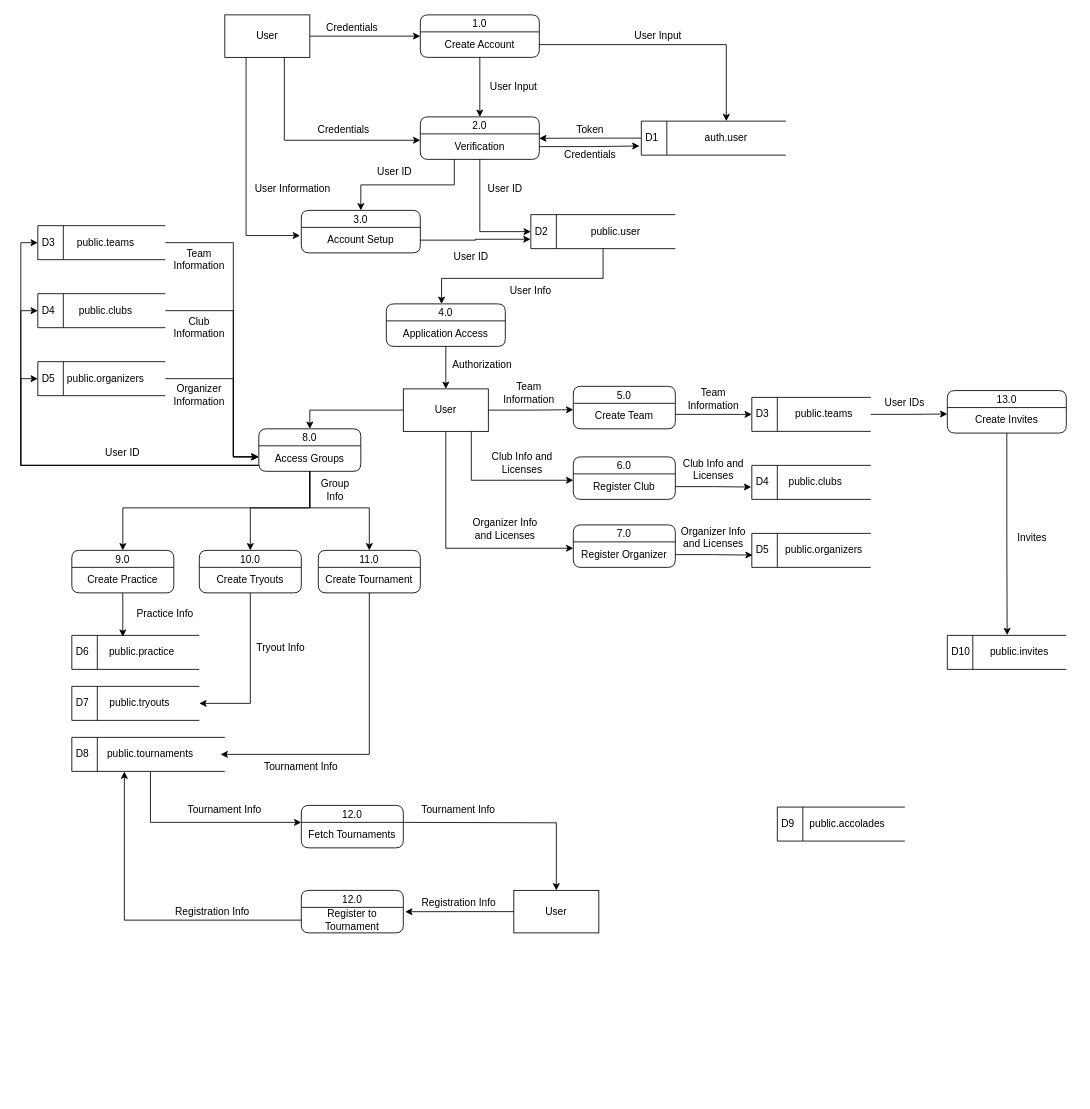
Before: Atletik-DFD.drawio in ElliotJcbH/AtletikFlowcharts, a draw.io diagram. Source tidied: cells renumbered, new cells numbered last; positions are measured from the earlier drawing's top-left corner, leaving out a move shared by most shapes. Both pictures are drawn from the tidied source at 85%, with x=0, y=0 at pixel (20, 14).
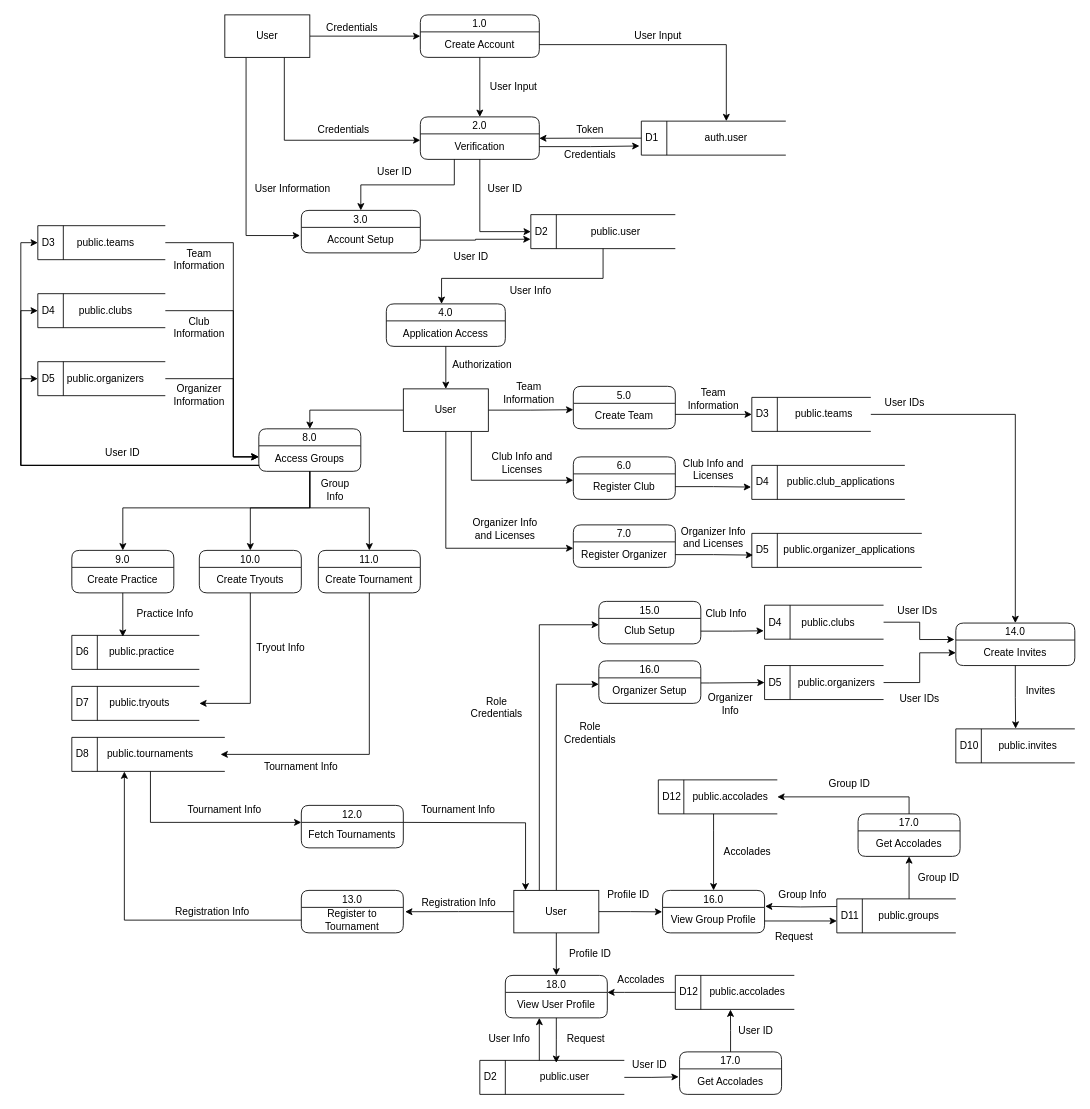
After the change.

Unchanged cells that the change refers to:
```xml
<mxCell id="55" value="public.teams" style="text;html=1;align=center;verticalAlign=middle;whiteSpace=wrap;rounded=0;" parent="1" vertex="1">
  <mxGeometry x="890" y="450" width="110" height="40" as="geometry" />
</mxCell>
<mxCell id="107" value="User" style="html=1;dashed=0;whiteSpace=wrap;" parent="1" vertex="1">
  <mxGeometry x="580" y="1030" width="100" height="50" as="geometry" />
</mxCell>
<mxCell id="125" value="Create Invites" style="text;html=1;align=center;verticalAlign=middle;whiteSpace=wrap;rounded=0;" parent="124" vertex="1">
  <mxGeometry y="20" width="140" height="30" as="geometry" />
</mxCell>
```

The edit, as a diff of the source:
```diff
@@
-    <mxCell id="54" style="edgeStyle=orthogonalEdgeStyle;rounded=0;jettySize=auto;html=1;entryX=0;entryY=0.25;entryDx=0;entryDy=0;" parent="1" edge="1" source="55" target="125">
+    <mxCell id="54" style="edgeStyle=orthogonalEdgeStyle;rounded=0;jettySize=auto;html=1;entryX=0.5;entryY=0;entryDx=0;entryDy=0;" parent="1" edge="1" source="55" target="124">
       <mxGeometry relative="1" as="geometry" />
     </mxCell>
@@
     <mxCell id="57" value="D4" style="html=1;dashed=0;whiteSpace=wrap;shape=mxgraph.dfd.dataStoreID;align=left;spacingLeft=3;points=[[0,0],[0.5,0],[1,0],[0,0.5],[1,0.5],[0,1],[0.5,1],[1,1]];" parent="1" vertex="1">
-      <mxGeometry x="860" y="530" width="140" height="40" as="geometry" />
+      <mxGeometry x="860" y="530" width="180" height="40" as="geometry" />
     </mxCell>
-    <mxCell id="58" value="public.clubs" style="text;html=1;align=center;verticalAlign=middle;whiteSpace=wrap;rounded=0;" parent="1" vertex="1">
-      <mxGeometry x="890" y="530" width="90" height="40" as="geometry" />
+    <mxCell id="58" value="public.club_applications" style="text;html=1;align=center;verticalAlign=middle;whiteSpace=wrap;rounded=0;" parent="1" vertex="1">
+      <mxGeometry x="890" y="530" width="150" height="40" as="geometry" />
     </mxCell>
@@
     <mxCell id="60" value="D5" style="html=1;dashed=0;whiteSpace=wrap;shape=mxgraph.dfd.dataStoreID;align=left;spacingLeft=3;points=[[0,0],[0.5,0],[1,0],[0,0.5],[1,0.5],[0,1],[0.5,1],[1,1]];" parent="1" vertex="1">
-      <mxGeometry x="860" y="610" width="140" height="40" as="geometry" />
+      <mxGeometry x="860" y="610" width="200" height="40" as="geometry" />
     </mxCell>
-    <mxCell id="61" value="public.organizers" style="text;html=1;align=center;verticalAlign=middle;whiteSpace=wrap;rounded=0;" parent="1" vertex="1">
-      <mxGeometry x="890" y="610" width="110" height="40" as="geometry" />
+    <mxCell id="61" value="public.organizer_applications" style="text;html=1;align=center;verticalAlign=middle;whiteSpace=wrap;rounded=0;" parent="1" vertex="1">
+      <mxGeometry x="890" y="610" width="170" height="40" as="geometry" />
     </mxCell>
@@
+    <mxCell id="128" style="edgeStyle=orthogonalEdgeStyle;rounded=0;jettySize=auto;html=1;entryX=0;entryY=0.25;entryDx=0;entryDy=0;" parent="1" edge="1" source="107" target="132">
+      <mxGeometry relative="1" as="geometry">
+        <Array as="points">
+          <mxPoint x="610" y="717" />
+        </Array>
+      </mxGeometry>
+    </mxCell>
+    <mxCell id="129" style="edgeStyle=orthogonalEdgeStyle;rounded=0;jettySize=auto;html=1;entryX=0;entryY=0.25;entryDx=0;entryDy=0;" parent="1" edge="1" source="107" target="135">
+      <mxGeometry relative="1" as="geometry" />
+    </mxCell>
+    <mxCell id="130" style="edgeStyle=orthogonalEdgeStyle;rounded=0;jettySize=auto;html=1;entryX=0.5;entryY=0;entryDx=0;entryDy=0;" parent="1" edge="1" source="107" target="152">
+      <mxGeometry relative="1" as="geometry" />
+    </mxCell>
@@
-    <mxCell id="112" style="edgeStyle=orthogonalEdgeStyle;rounded=0;jettySize=auto;html=1;entryX=0.5;entryY=0;entryDx=0;entryDy=0;" parent="1" edge="1" target="107">
+    <mxCell id="112" style="edgeStyle=orthogonalEdgeStyle;rounded=0;jettySize=auto;html=1;entryX=0.138;entryY=0.001;entryDx=0;entryDy=0;entryPerimeter=0;" parent="1" edge="1" target="107">
       <mxGeometry relative="1" as="geometry">
         <mxPoint x="450" y="950" as="sourcePoint" />
       </mxGeometry>
     </mxCell>
@@
-    <mxCell id="115" value="D9" style="html=1;dashed=0;whiteSpace=wrap;shape=mxgraph.dfd.dataStoreID;align=left;spacingLeft=3;" parent="1" vertex="1">
-      <mxGeometry x="890" y="932" width="150" height="40" as="geometry" />
-    </mxCell>
-    <mxCell id="116" value="public.accolades" style="text;html=1;align=center;verticalAlign=middle;whiteSpace=wrap;rounded=0;" parent="1" vertex="1">
-      <mxGeometry x="905" y="932" width="135" height="40" as="geometry" />
-    </mxCell>
-    <mxCell id="117" value="12.0" style="swimlane;fontStyle=0;horizontal=1;startSize=20;fillColor=#ffffff;swimlaneFillColor=#ffffff;rounded=1;" parent="1" vertex="1">
+    <mxCell id="117" value="13.0" style="swimlane;fontStyle=0;horizontal=1;startSize=20;fillColor=#ffffff;swimlaneFillColor=#ffffff;rounded=1;" parent="1" vertex="1">
       <mxGeometry x="330" y="1030" width="120" height="50" as="geometry" />
     </mxCell>
@@
     <mxCell id="122" value="D10" style="html=1;dashed=0;whiteSpace=wrap;shape=mxgraph.dfd.dataStoreID;align=left;spacingLeft=3;" parent="1" vertex="1">
-      <mxGeometry x="1090" y="730" width="140" height="40" as="geometry" />
+      <mxGeometry x="1100" y="840" width="140" height="40" as="geometry" />
     </mxCell>
     <mxCell id="123" value="public.invites" style="text;html=1;align=center;verticalAlign=middle;whiteSpace=wrap;rounded=0;" parent="1" vertex="1">
-      <mxGeometry x="1120" y="730" width="110" height="40" as="geometry" />
+      <mxGeometry x="1130" y="840" width="110" height="40" as="geometry" />
     </mxCell>
-    <mxCell id="124" value="13.0" style="swimlane;fontStyle=0;horizontal=1;startSize=20;fillColor=#ffffff;swimlaneFillColor=#ffffff;rounded=1;" parent="1" vertex="1">
-      <mxGeometry x="1090" y="442" width="140" height="50" as="geometry" />
+    <mxCell id="124" value="14.0" style="swimlane;fontStyle=0;horizontal=1;startSize=20;fillColor=#ffffff;swimlaneFillColor=#ffffff;rounded=1;" parent="1" vertex="1">
+      <mxGeometry x="1100" y="715.5" width="140" height="50" as="geometry" />
     </mxCell>
@@
     <mxCell id="127" value="Invites" style="text;html=1;align=center;verticalAlign=middle;whiteSpace=wrap;rounded=0;" parent="1" vertex="1">
-      <mxGeometry x="1150" y="600" width="80" height="30" as="geometry" />
+      <mxGeometry x="1160" y="780" width="80" height="30" as="geometry" />
     </mxCell>
+    <mxCell id="131" value="15.0" style="swimlane;fontStyle=0;horizontal=1;startSize=20;fillColor=#ffffff;swimlaneFillColor=#ffffff;rounded=1;" parent="1" vertex="1">
+      <mxGeometry x="680" y="690" width="120" height="50" as="geometry" />
+    </mxCell>
+    <mxCell id="132" value="Club Setup" style="text;html=1;align=center;verticalAlign=middle;whiteSpace=wrap;rounded=0;" parent="131" vertex="1">
+      <mxGeometry y="20" width="120" height="30" as="geometry" />
+    </mxCell>
+    <mxCell id="133" style="edgeStyle=orthogonalEdgeStyle;rounded=0;jettySize=auto;html=1;entryX=0;entryY=0.5;entryDx=0;entryDy=0;" parent="1" edge="1" source="134" target="138">
+      <mxGeometry relative="1" as="geometry">
+        <Array as="points">
+          <mxPoint x="810" y="786" />
+          <mxPoint x="810" y="786" />
+        </Array>
+      </mxGeometry>
+    </mxCell>
+    <mxCell id="134" value="16.0" style="swimlane;fontStyle=0;horizontal=1;startSize=20;fillColor=#ffffff;swimlaneFillColor=#ffffff;rounded=1;" parent="1" vertex="1">
+      <mxGeometry x="680" y="760" width="120" height="50" as="geometry" />
+    </mxCell>
+    <mxCell id="135" value="Organizer Setup" style="text;html=1;align=center;verticalAlign=middle;whiteSpace=wrap;rounded=0;" parent="134" vertex="1">
+      <mxGeometry y="20" width="120" height="30" as="geometry" />
+    </mxCell>
+    <mxCell id="136" value="D4" style="html=1;dashed=0;whiteSpace=wrap;shape=mxgraph.dfd.dataStoreID;align=left;spacingLeft=3;points=[[0,0],[0.5,0],[1,0],[0,0.5],[1,0.5],[0,1],[0.5,1],[1,1]];" parent="1" vertex="1">
+      <mxGeometry x="875" y="694.5" width="140" height="40" as="geometry" />
+    </mxCell>
+    <mxCell id="137" value="public.clubs" style="text;html=1;align=center;verticalAlign=middle;whiteSpace=wrap;rounded=0;" parent="1" vertex="1">
+      <mxGeometry x="905" y="694.5" width="90" height="40" as="geometry" />
+    </mxCell>
+    <mxCell id="138" value="D5" style="html=1;dashed=0;whiteSpace=wrap;shape=mxgraph.dfd.dataStoreID;align=left;spacingLeft=3;points=[[0,0],[0.5,0],[1,0],[0,0.5],[1,0.5],[0,1],[0.5,1],[1,1]];" parent="1" vertex="1">
+      <mxGeometry x="875" y="765.5" width="140" height="40" as="geometry" />
+    </mxCell>
+    <mxCell id="139" style="edgeStyle=orthogonalEdgeStyle;rounded=0;jettySize=auto;html=1;entryX=0;entryY=0.5;entryDx=0;entryDy=0;" parent="1" edge="1" source="140" target="125">
+      <mxGeometry relative="1" as="geometry" />
+    </mxCell>
+    <mxCell id="140" value="public.organizers" style="text;html=1;align=center;verticalAlign=middle;whiteSpace=wrap;rounded=0;" parent="1" vertex="1">
+      <mxGeometry x="905" y="765.5" width="110" height="40" as="geometry" />
+    </mxCell>
+    <mxCell id="141" value="User IDs" style="text;html=1;align=center;verticalAlign=middle;whiteSpace=wrap;rounded=0;" parent="1" vertex="1">
+      <mxGeometry x="1015" y="685.5" width="80" height="30" as="geometry" />
+    </mxCell>
+    <mxCell id="142" value="User IDs" style="text;html=1;align=center;verticalAlign=middle;whiteSpace=wrap;rounded=0;" parent="1" vertex="1">
+      <mxGeometry x="1015" y="790" width="85" height="30" as="geometry" />
+    </mxCell>
+    <mxCell id="143" style="edgeStyle=orthogonalEdgeStyle;rounded=0;jettySize=auto;html=1;entryX=-0.007;entryY=0.753;entryDx=0;entryDy=0;entryPerimeter=0;" parent="1" edge="1" source="132" target="136">
+      <mxGeometry relative="1" as="geometry" />
+    </mxCell>
+    <mxCell id="144" value="Role Credentials" style="text;html=1;align=center;verticalAlign=middle;whiteSpace=wrap;rounded=0;" parent="1" vertex="1">
+      <mxGeometry x="520" y="800" width="80" height="30" as="geometry" />
+    </mxCell>
+    <mxCell id="145" value="Role Credentials" style="text;html=1;align=center;verticalAlign=middle;whiteSpace=wrap;rounded=0;" parent="1" vertex="1">
+      <mxGeometry x="630" y="830" width="80" height="30" as="geometry" />
+    </mxCell>
+    <mxCell id="146" value="Club Info" style="text;html=1;align=center;verticalAlign=middle;whiteSpace=wrap;rounded=0;" parent="1" vertex="1">
+      <mxGeometry x="790" y="690" width="80" height="30" as="geometry" />
+    </mxCell>
+    <mxCell id="147" value="Organizer&lt;div&gt;Info&lt;/div&gt;" style="text;html=1;align=center;verticalAlign=middle;whiteSpace=wrap;rounded=0;" parent="1" vertex="1">
+      <mxGeometry x="795" y="796" width="80" height="30" as="geometry" />
+    </mxCell>
+    <mxCell id="148" style="edgeStyle=orthogonalEdgeStyle;rounded=0;jettySize=auto;html=1;entryX=-0.011;entryY=0.387;entryDx=0;entryDy=0;entryPerimeter=0;" parent="1" edge="1" source="136" target="124">
+      <mxGeometry relative="1" as="geometry" />
+    </mxCell>
+    <mxCell id="149" value="16.0" style="swimlane;fontStyle=0;horizontal=1;startSize=20;fillColor=#ffffff;swimlaneFillColor=#ffffff;rounded=1;" parent="1" vertex="1">
+      <mxGeometry x="755" y="1030" width="120" height="50" as="geometry" />
+    </mxCell>
+    <mxCell id="150" style="edgeStyle=orthogonalEdgeStyle;rounded=0;orthogonalLoop=1;jettySize=auto;html=1;" parent="149" edge="1">
+      <mxGeometry relative="1" as="geometry">
+        <mxPoint x="120" y="36" as="sourcePoint" />
+        <mxPoint x="205" y="36" as="targetPoint" />
+      </mxGeometry>
+    </mxCell>
+    <mxCell id="151" value="View Group Profile" style="text;html=1;align=center;verticalAlign=middle;whiteSpace=wrap;rounded=0;" parent="149" vertex="1">
+      <mxGeometry y="20" width="120" height="30" as="geometry" />
+    </mxCell>
+    <mxCell id="152" value="18.0" style="swimlane;fontStyle=0;horizontal=1;startSize=20;fillColor=#ffffff;swimlaneFillColor=#ffffff;rounded=1;" parent="1" vertex="1">
+      <mxGeometry x="570" y="1130" width="120" height="50" as="geometry" />
+    </mxCell>
+    <mxCell id="153" value="View User Profile" style="text;html=1;align=center;verticalAlign=middle;whiteSpace=wrap;rounded=0;" parent="152" vertex="1">
+      <mxGeometry y="20" width="120" height="30" as="geometry" />
+    </mxCell>
+    <mxCell id="154" value="Profile ID" style="text;html=1;align=center;verticalAlign=middle;whiteSpace=wrap;rounded=0;" parent="1" vertex="1">
+      <mxGeometry x="630" y="1090" width="80" height="30" as="geometry" />
+    </mxCell>
+    <mxCell id="155" value="Profile ID" style="text;html=1;align=center;verticalAlign=middle;whiteSpace=wrap;rounded=0;" parent="1" vertex="1">
+      <mxGeometry x="675" y="1020" width="80" height="30" as="geometry" />
+    </mxCell>
+    <mxCell id="156" style="edgeStyle=orthogonalEdgeStyle;rounded=0;jettySize=auto;html=1;entryX=-0.004;entryY=0.176;entryDx=0;entryDy=0;entryPerimeter=0;" parent="1" edge="1" source="107" target="151">
+      <mxGeometry relative="1" as="geometry" />
+    </mxCell>
+    <mxCell id="157" value="Request" style="text;html=1;align=center;verticalAlign=middle;whiteSpace=wrap;rounded=0;" parent="1" vertex="1">
+      <mxGeometry x="870" y="1070" width="80" height="30" as="geometry" />
+    </mxCell>
+    <mxCell id="158" style="edgeStyle=orthogonalEdgeStyle;rounded=0;jettySize=auto;html=1;entryX=1.005;entryY=-0.042;entryDx=0;entryDy=0;entryPerimeter=0;" parent="1" edge="1" target="151">
+      <mxGeometry relative="1" as="geometry">
+        <mxPoint x="960" y="1049" as="sourcePoint" />
+      </mxGeometry>
+    </mxCell>
+    <mxCell id="159" value="D11" style="html=1;dashed=0;whiteSpace=wrap;shape=mxgraph.dfd.dataStoreID;align=left;spacingLeft=3;" parent="1" vertex="1">
+      <mxGeometry x="960" y="1040" width="140" height="40" as="geometry" />
+    </mxCell>
+    <mxCell id="160" style="edgeStyle=orthogonalEdgeStyle;rounded=0;jettySize=auto;html=1;entryX=0.5;entryY=1;entryDx=0;entryDy=0;" parent="1" edge="1" source="161" target="164">
+      <mxGeometry relative="1" as="geometry" />
+    </mxCell>
+    <mxCell id="161" value="public.groups" style="text;html=1;align=center;verticalAlign=middle;whiteSpace=wrap;rounded=0;" parent="1" vertex="1">
+      <mxGeometry x="990" y="1040" width="110" height="40" as="geometry" />
+    </mxCell>
+    <mxCell id="162" style="edgeStyle=orthogonalEdgeStyle;rounded=0;jettySize=auto;html=1;entryX=1;entryY=0.5;entryDx=0;entryDy=0;" parent="1" edge="1" source="163" target="168">
+      <mxGeometry relative="1" as="geometry">
+        <Array as="points">
+          <mxPoint x="1045" y="920" />
+        </Array>
+      </mxGeometry>
+    </mxCell>
+    <mxCell id="163" value="17.0" style="swimlane;fontStyle=0;horizontal=1;startSize=20;fillColor=#ffffff;swimlaneFillColor=#ffffff;rounded=1;" parent="1" vertex="1">
+      <mxGeometry x="985" y="940" width="120" height="50" as="geometry" />
+    </mxCell>
+    <mxCell id="164" value="Get Accolades" style="text;html=1;align=center;verticalAlign=middle;whiteSpace=wrap;rounded=0;" parent="163" vertex="1">
+      <mxGeometry y="20" width="120" height="30" as="geometry" />
+    </mxCell>
+    <mxCell id="165" value="Group ID" style="text;html=1;align=center;verticalAlign=middle;whiteSpace=wrap;rounded=0;" parent="1" vertex="1">
+      <mxGeometry x="1040" y="1000" width="80" height="30" as="geometry" />
+    </mxCell>
+    <mxCell id="166" value="D12" style="html=1;dashed=0;whiteSpace=wrap;shape=mxgraph.dfd.dataStoreID;align=left;spacingLeft=3;" parent="1" vertex="1">
+      <mxGeometry x="750" y="900" width="140" height="40" as="geometry" />
+    </mxCell>
+    <mxCell id="167" style="edgeStyle=orthogonalEdgeStyle;rounded=0;jettySize=auto;html=1;" parent="1" edge="1" source="168" target="149">
+      <mxGeometry relative="1" as="geometry">
+        <Array as="points">
+          <mxPoint x="815" y="960" />
+          <mxPoint x="815" y="960" />
+        </Array>
+      </mxGeometry>
+    </mxCell>
+    <mxCell id="168" value="public.accolades" style="text;html=1;align=center;verticalAlign=middle;whiteSpace=wrap;rounded=0;" parent="1" vertex="1">
+      <mxGeometry x="780" y="900" width="110" height="40" as="geometry" />
+    </mxCell>
+    <mxCell id="169" value="Group ID" style="text;html=1;align=center;verticalAlign=middle;whiteSpace=wrap;rounded=0;" parent="1" vertex="1">
+      <mxGeometry x="935" y="890" width="80" height="30" as="geometry" />
+    </mxCell>
+    <mxCell id="170" value="Group Info" style="text;html=1;align=center;verticalAlign=middle;whiteSpace=wrap;rounded=0;" parent="1" vertex="1">
+      <mxGeometry x="880" y="1020" width="80" height="30" as="geometry" />
+    </mxCell>
+    <mxCell id="171" value="D2" style="html=1;dashed=0;whiteSpace=wrap;shape=mxgraph.dfd.dataStoreID;align=left;spacingLeft=3;" parent="1" vertex="1">
+      <mxGeometry x="540" y="1230" width="170" height="40" as="geometry" />
+    </mxCell>
+    <mxCell id="172" style="edgeStyle=orthogonalEdgeStyle;rounded=0;jettySize=auto;html=1;" parent="1" edge="1" source="174">
+      <mxGeometry relative="1" as="geometry">
+        <mxPoint x="610" y="1180" as="targetPoint" />
+        <Array as="points">
+          <mxPoint x="610" y="1180" />
+        </Array>
+      </mxGeometry>
+    </mxCell>
+    <mxCell id="173" style="edgeStyle=orthogonalEdgeStyle;rounded=0;jettySize=auto;html=1;entryX=-0.009;entryY=0.313;entryDx=0;entryDy=0;entryPerimeter=0;" parent="1" edge="1" source="174" target="179">
+      <mxGeometry relative="1" as="geometry" />
+    </mxCell>
+    <mxCell id="174" value="public.user" style="text;html=1;align=center;verticalAlign=middle;whiteSpace=wrap;rounded=0;" parent="1" vertex="1">
+      <mxGeometry x="570" y="1230" width="140" height="40" as="geometry" />
+    </mxCell>
+    <mxCell id="175" style="edgeStyle=orthogonalEdgeStyle;rounded=0;jettySize=auto;html=1;entryX=0.428;entryY=0.072;entryDx=0;entryDy=0;entryPerimeter=0;" parent="1" edge="1" source="153" target="174">
+      <mxGeometry relative="1" as="geometry" />
+    </mxCell>
+    <mxCell id="176" value="Request" style="text;html=1;align=center;verticalAlign=middle;whiteSpace=wrap;rounded=0;" parent="1" vertex="1">
+      <mxGeometry x="625" y="1190" width="80" height="30" as="geometry" />
+    </mxCell>
+    <mxCell id="177" value="User Info" style="text;html=1;align=center;verticalAlign=middle;whiteSpace=wrap;rounded=0;" parent="1" vertex="1">
+      <mxGeometry x="535" y="1190" width="80" height="30" as="geometry" />
+    </mxCell>
+    <mxCell id="178" value="17.0" style="swimlane;fontStyle=0;horizontal=1;startSize=20;fillColor=#ffffff;swimlaneFillColor=#ffffff;rounded=1;" parent="1" vertex="1">
+      <mxGeometry x="775" y="1220" width="120" height="50" as="geometry" />
+    </mxCell>
+    <mxCell id="179" value="Get Accolades" style="text;html=1;align=center;verticalAlign=middle;whiteSpace=wrap;rounded=0;" parent="178" vertex="1">
+      <mxGeometry y="20" width="120" height="30" as="geometry" />
+    </mxCell>
+    <mxCell id="180" value="User ID" style="text;html=1;align=center;verticalAlign=middle;whiteSpace=wrap;rounded=0;" parent="1" vertex="1">
+      <mxGeometry x="700" y="1220" width="80" height="30" as="geometry" />
+    </mxCell>
+    <mxCell id="181" style="edgeStyle=orthogonalEdgeStyle;rounded=0;jettySize=auto;html=1;entryX=1;entryY=0;entryDx=0;entryDy=0;" parent="1" edge="1" source="182" target="153">
+      <mxGeometry relative="1" as="geometry">
+        <Array as="points">
+          <mxPoint x="710" y="1150" />
+          <mxPoint x="710" y="1150" />
+        </Array>
+      </mxGeometry>
+    </mxCell>
+    <mxCell id="182" value="D12" style="html=1;dashed=0;whiteSpace=wrap;shape=mxgraph.dfd.dataStoreID;align=left;spacingLeft=3;points=[[0,0],[0.5,0],[1,0],[0,0.5],[1,0.5],[0,1],[0.5,1],[1,1]];" parent="1" vertex="1">
+      <mxGeometry x="770" y="1130" width="140" height="40" as="geometry" />
+    </mxCell>
+    <mxCell id="183" value="public.accolades" style="text;html=1;align=center;verticalAlign=middle;whiteSpace=wrap;rounded=0;" parent="1" vertex="1">
+      <mxGeometry x="800" y="1130" width="110" height="40" as="geometry" />
+    </mxCell>
+    <mxCell id="184" style="edgeStyle=orthogonalEdgeStyle;rounded=0;jettySize=auto;html=1;entryX=0.317;entryY=1.006;entryDx=0;entryDy=0;entryPerimeter=0;" parent="1" edge="1" source="178" target="183">
+      <mxGeometry relative="1" as="geometry" />
+    </mxCell>
+    <mxCell id="185" value="User ID" style="text;html=1;align=center;verticalAlign=middle;whiteSpace=wrap;rounded=0;" parent="1" vertex="1">
+      <mxGeometry x="825" y="1180" width="80" height="30" as="geometry" />
+    </mxCell>
+    <mxCell id="186" value="Accolades" style="text;html=1;align=center;verticalAlign=middle;whiteSpace=wrap;rounded=0;" parent="1" vertex="1">
+      <mxGeometry x="815" y="970" width="80" height="30" as="geometry" />
+    </mxCell>
+    <mxCell id="187" value="Accolades" style="text;html=1;align=center;verticalAlign=middle;whiteSpace=wrap;rounded=0;" parent="1" vertex="1">
+      <mxGeometry x="690" y="1120" width="80" height="30" as="geometry" />
+    </mxCell>
```
